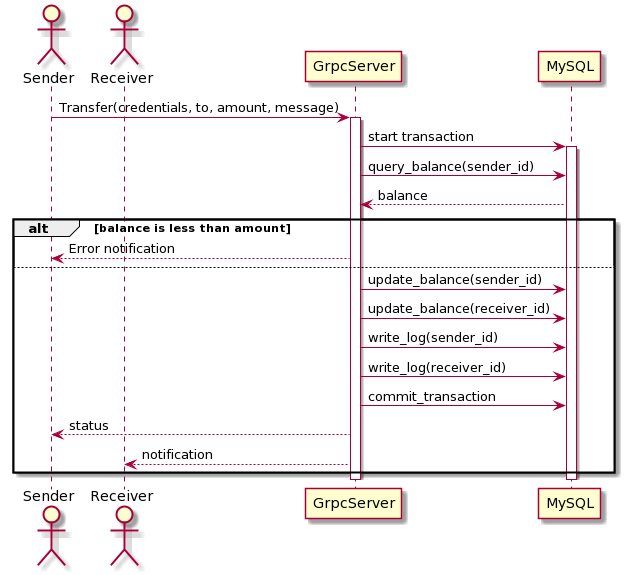
Before: report/img/sequence-diagrams/transfer.png, a diagram exported from PlantUML (delta94/vmr-chatapp-1). Source of this version:
```plantuml
@startuml
actor Sender
actor Receiver

Sender -> GrpcServer: Transfer(credentials, to, amount, message)
activate GrpcServer
    GrpcServer -> MySQL: start transaction
    activate MySQL
        GrpcServer -> MySQL: query_balance(sender_id)
        MySQL --> GrpcServer: balance
        alt balance is less than amount
            GrpcServer --> Sender: Error notification
        else
            GrpcServer -> MySQL: update_balance(sender_id)
            GrpcServer -> MySQL: update_balance(receiver_id)
            GrpcServer -> MySQL: write_log(sender_id)
            GrpcServer -> MySQL: write_log(receiver_id)
            GrpcServer -> MySQL: commit_transaction
            GrpcServer --> Sender: status
            GrpcServer --> Receiver: notification
        end
    deactivate
deactivate
@enduml
```
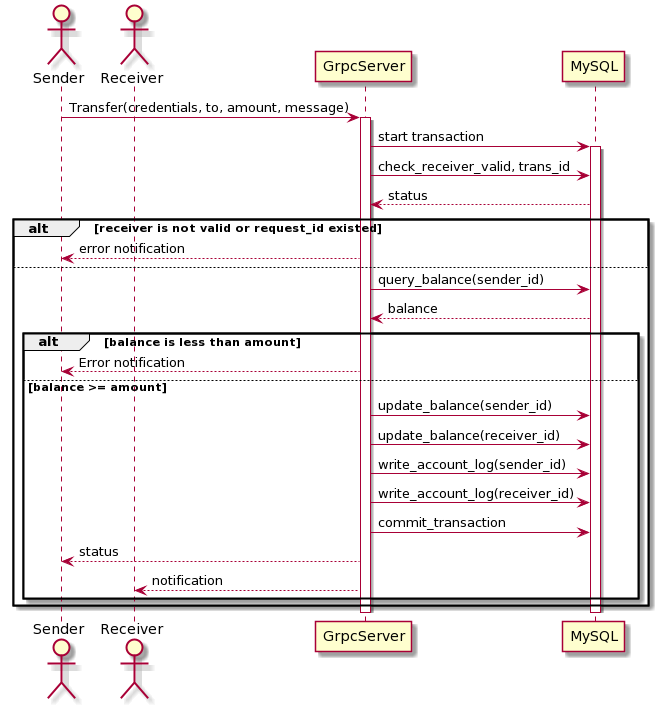
Later version of the same file.

Commit message:
Add transfer service

The edit, as a diff of the source:
```diff
@@ -6,18 +6,24 @@
 activate GrpcServer
     GrpcServer -> MySQL: start transaction
     activate MySQL
-        GrpcServer -> MySQL: query_balance(sender_id)
-        MySQL --> GrpcServer: balance
-        alt balance is less than amount
-            GrpcServer --> Sender: Error notification
+        GrpcServer -> MySQL: check_receiver_valid, trans_id
+        MySQL --> GrpcServer: status
+        alt receiver is not valid or request_id existed
+            GrpcServer --> Sender: error notification
         else
-            GrpcServer -> MySQL: update_balance(sender_id)
-            GrpcServer -> MySQL: update_balance(receiver_id)
-            GrpcServer -> MySQL: write_log(sender_id)
-            GrpcServer -> MySQL: write_log(receiver_id)
-            GrpcServer -> MySQL: commit_transaction
-            GrpcServer --> Sender: status
-            GrpcServer --> Receiver: notification
+            GrpcServer -> MySQL: query_balance(sender_id)
+            MySQL --> GrpcServer: balance
+            alt balance is less than amount
+                GrpcServer --> Sender: Error notification
+            else balance >= amount
+                GrpcServer -> MySQL: update_balance(sender_id)
+                GrpcServer -> MySQL: update_balance(receiver_id)
+                GrpcServer -> MySQL: write_account_log(sender_id)
+                GrpcServer -> MySQL: write_account_log(receiver_id)
+                GrpcServer -> MySQL: commit_transaction
+                GrpcServer --> Sender: status
+                GrpcServer --> Receiver: notification
+        end
         end
     deactivate
 deactivate
```
